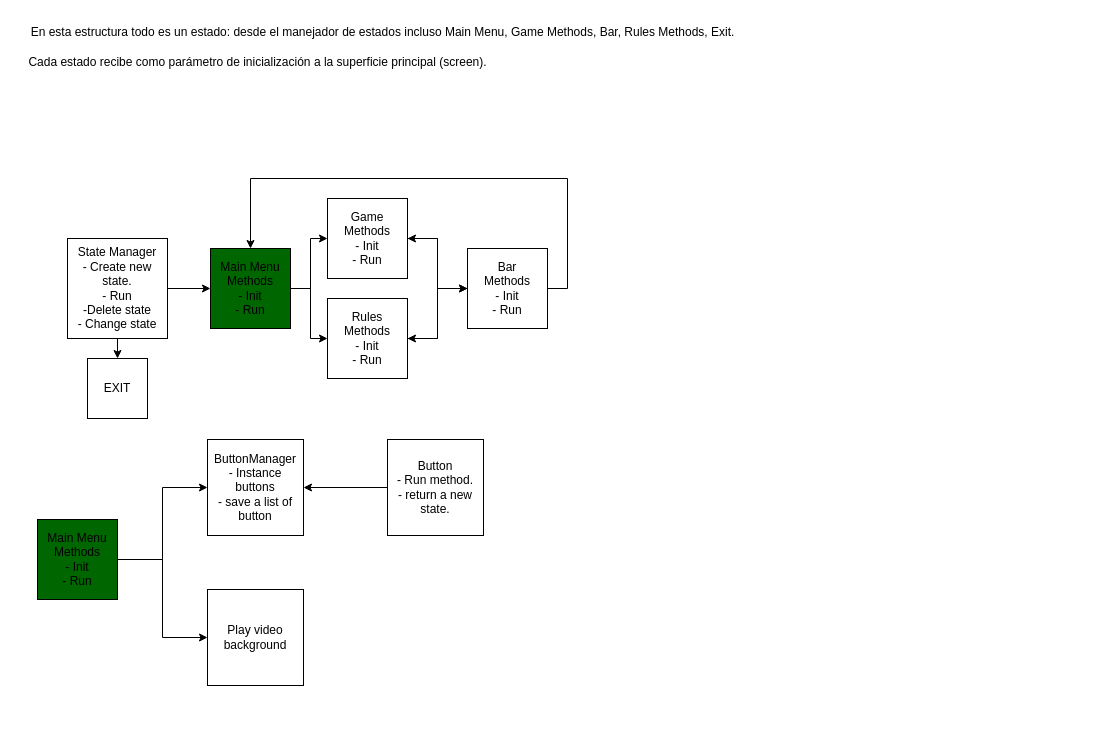
anycodef/ElectricGame keeps this draw.io diagram as scheme/skeleton.drawio. Above is the earlier version. Source tidied: cells renumbered, new cells numbered last; positions are measured from the earlier drawing's top-left corner, leaving out a move shared by most shapes. Both pictures are drawn from the tidied source at 100%, with x=0, y=0 at pixel (17, 17).
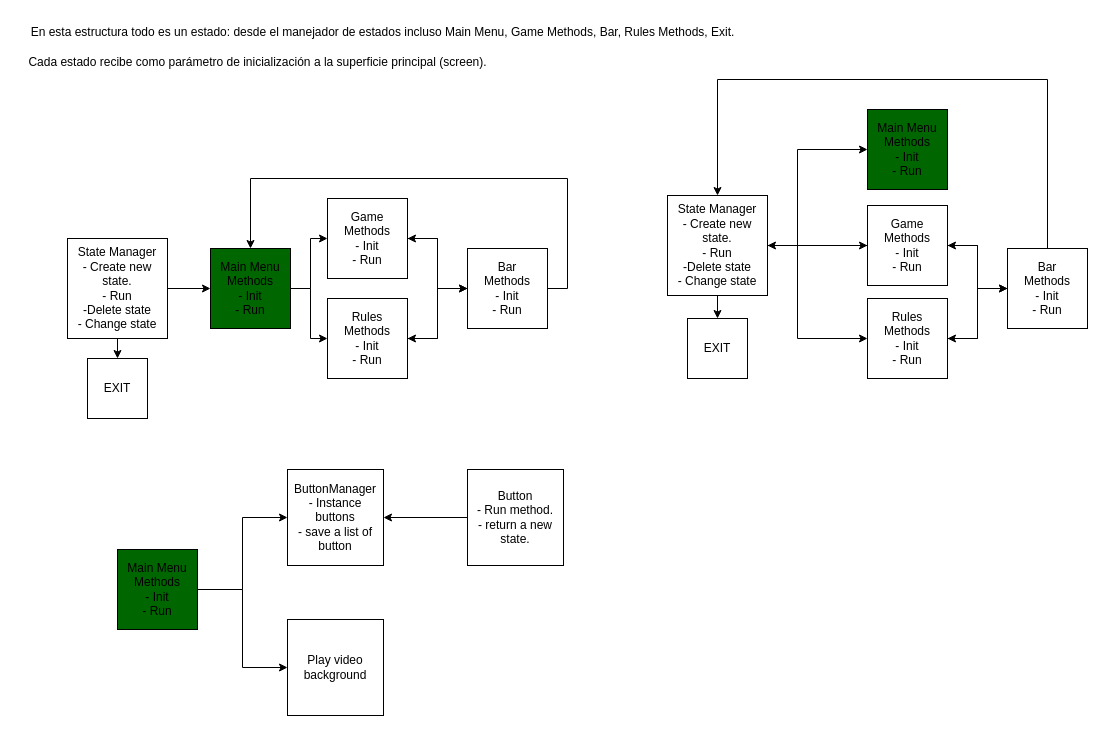
After the change.

The edit, as a diff of the source:
```diff
@@
     <mxCell id="19" value="ButtonManager&lt;br&gt;- Instance buttons&lt;br&gt;- save a list of button" style="whiteSpace=wrap;html=1;" parent="1" vertex="1">
-      <mxGeometry x="190" y="422" width="96" height="96" as="geometry" />
+      <mxGeometry x="270" y="452" width="96" height="96" as="geometry" />
     </mxCell>
     <mxCell id="20" value="Play video background" style="whiteSpace=wrap;html=1;" parent="1" vertex="1">
-      <mxGeometry x="190" y="572" width="96" height="96" as="geometry" />
+      <mxGeometry x="270" y="602" width="96" height="96" as="geometry" />
     </mxCell>
@@
     <mxCell id="22" value="Button&lt;br&gt;- Run method.&lt;br&gt;- return a new state." style="whiteSpace=wrap;html=1;" parent="1" vertex="1">
-      <mxGeometry x="370" y="422" width="96" height="96" as="geometry" />
+      <mxGeometry x="450" y="452" width="96" height="96" as="geometry" />
     </mxCell>
     <mxCell id="23" value="Main Menu&lt;br&gt;Methods&lt;br&gt;- Init&lt;br&gt;- Run" style="whiteSpace=wrap;html=1;fillColor=#006600;" parent="1" vertex="1">
-      <mxGeometry x="20" y="502" width="80" height="80" as="geometry" />
+      <mxGeometry x="100" y="532" width="80" height="80" as="geometry" />
     </mxCell>
@@
+    <mxCell id="26" style="edgeStyle=orthogonalEdgeStyle;rounded=0;jettySize=auto;html=1;exitX=1;exitY=0.5;exitDx=0;exitDy=0;entryX=0;entryY=0.5;entryDx=0;entryDy=0;" parent="1" edge="1" source="30" target="31">
+      <mxGeometry relative="1" as="geometry">
+        <Array as="points">
+          <mxPoint x="780" y="228" />
+          <mxPoint x="780" y="132" />
+        </Array>
+      </mxGeometry>
+    </mxCell>
+    <mxCell id="27" style="edgeStyle=orthogonalEdgeStyle;rounded=0;jettySize=auto;html=1;exitX=0.5;exitY=1;exitDx=0;exitDy=0;entryX=0.5;entryY=0;entryDx=0;entryDy=0;" parent="1" edge="1" source="30" target="32">
+      <mxGeometry relative="1" as="geometry" />
+    </mxCell>
+    <mxCell id="28" style="edgeStyle=orthogonalEdgeStyle;rounded=0;jettySize=auto;html=1;exitX=1;exitY=0.5;exitDx=0;exitDy=0;entryX=0;entryY=0.5;entryDx=0;entryDy=0;" parent="1" edge="1" source="30" target="35">
+      <mxGeometry relative="1" as="geometry" />
+    </mxCell>
+    <mxCell id="29" style="edgeStyle=orthogonalEdgeStyle;rounded=0;jettySize=auto;html=1;exitX=1;exitY=0.5;exitDx=0;exitDy=0;entryX=0;entryY=0.5;entryDx=0;entryDy=0;" parent="1" edge="1" source="30" target="37">
+      <mxGeometry relative="1" as="geometry">
+        <Array as="points">
+          <mxPoint x="780" y="228" />
+          <mxPoint x="780" y="321" />
+        </Array>
+      </mxGeometry>
+    </mxCell>
+    <mxCell id="30" value="State Manager&lt;br&gt;- Create new state.&lt;br&gt;- Run&lt;br&gt;-Delete state&lt;br&gt;- Change state" style="whiteSpace=wrap;html=1;" parent="1" vertex="1">
+      <mxGeometry x="650" y="178" width="100" height="100" as="geometry" />
+    </mxCell>
+    <mxCell id="31" value="Main Menu&lt;br&gt;Methods&lt;br&gt;- Init&lt;br&gt;- Run" style="whiteSpace=wrap;html=1;fillColor=#006600;" parent="1" vertex="1">
+      <mxGeometry x="850" y="92" width="80" height="80" as="geometry" />
+    </mxCell>
+    <mxCell id="32" value="EXIT" style="whiteSpace=wrap;html=1;" parent="1" vertex="1">
+      <mxGeometry x="670" y="301" width="60" height="60" as="geometry" />
+    </mxCell>
+    <mxCell id="33" style="edgeStyle=orthogonalEdgeStyle;rounded=0;jettySize=auto;html=1;entryX=0;entryY=0.5;entryDx=0;entryDy=0;" parent="1" edge="1" source="35" target="41">
+      <mxGeometry relative="1" as="geometry" />
+    </mxCell>
+    <mxCell id="34" style="edgeStyle=orthogonalEdgeStyle;rounded=0;jettySize=auto;html=1;exitX=0;exitY=0.5;exitDx=0;exitDy=0;entryX=1;entryY=0.5;entryDx=0;entryDy=0;" parent="1" edge="1" source="35" target="30">
+      <mxGeometry relative="1" as="geometry" />
+    </mxCell>
+    <mxCell id="35" value="Game&lt;br style=&quot;border-color: var(--border-color);&quot;&gt;Methods&lt;br style=&quot;border-color: var(--border-color);&quot;&gt;- Init&lt;br style=&quot;border-color: var(--border-color);&quot;&gt;- Run" style="whiteSpace=wrap;html=1;" parent="1" vertex="1">
+      <mxGeometry x="850" y="188" width="80" height="80" as="geometry" />
+    </mxCell>
+    <mxCell id="36" style="edgeStyle=orthogonalEdgeStyle;rounded=0;jettySize=auto;html=1;entryX=0;entryY=0.5;entryDx=0;entryDy=0;" parent="1" edge="1" source="37" target="41">
+      <mxGeometry relative="1" as="geometry" />
+    </mxCell>
+    <mxCell id="37" value="Rules&lt;br style=&quot;border-color: var(--border-color);&quot;&gt;Methods&lt;br style=&quot;border-color: var(--border-color);&quot;&gt;- Init&lt;br style=&quot;border-color: var(--border-color);&quot;&gt;- Run" style="whiteSpace=wrap;html=1;" parent="1" vertex="1">
+      <mxGeometry x="850" y="281" width="80" height="80" as="geometry" />
+    </mxCell>
+    <mxCell id="38" style="edgeStyle=orthogonalEdgeStyle;rounded=0;jettySize=auto;html=1;entryX=0.5;entryY=0;entryDx=0;entryDy=0;" parent="1" edge="1" source="41" target="30">
+      <mxGeometry relative="1" as="geometry">
+        <Array as="points">
+          <mxPoint x="1030" y="62" />
+          <mxPoint x="700" y="62" />
+        </Array>
+      </mxGeometry>
+    </mxCell>
+    <mxCell id="39" style="edgeStyle=orthogonalEdgeStyle;rounded=0;jettySize=auto;html=1;exitX=0;exitY=0.5;exitDx=0;exitDy=0;entryX=1;entryY=0.5;entryDx=0;entryDy=0;" parent="1" edge="1" source="41" target="35">
+      <mxGeometry relative="1" as="geometry" />
+    </mxCell>
+    <mxCell id="40" style="edgeStyle=orthogonalEdgeStyle;rounded=0;jettySize=auto;html=1;exitX=0;exitY=0.5;exitDx=0;exitDy=0;entryX=1;entryY=0.5;entryDx=0;entryDy=0;" parent="1" edge="1" source="41" target="37">
+      <mxGeometry relative="1" as="geometry" />
+    </mxCell>
+    <mxCell id="41" value="Bar&lt;br style=&quot;border-color: var(--border-color);&quot;&gt;Methods&lt;br style=&quot;border-color: var(--border-color);&quot;&gt;- Init&lt;br style=&quot;border-color: var(--border-color);&quot;&gt;- Run" style="whiteSpace=wrap;html=1;" parent="1" vertex="1">
+      <mxGeometry x="990" y="231" width="80" height="80" as="geometry" />
+    </mxCell>
```
